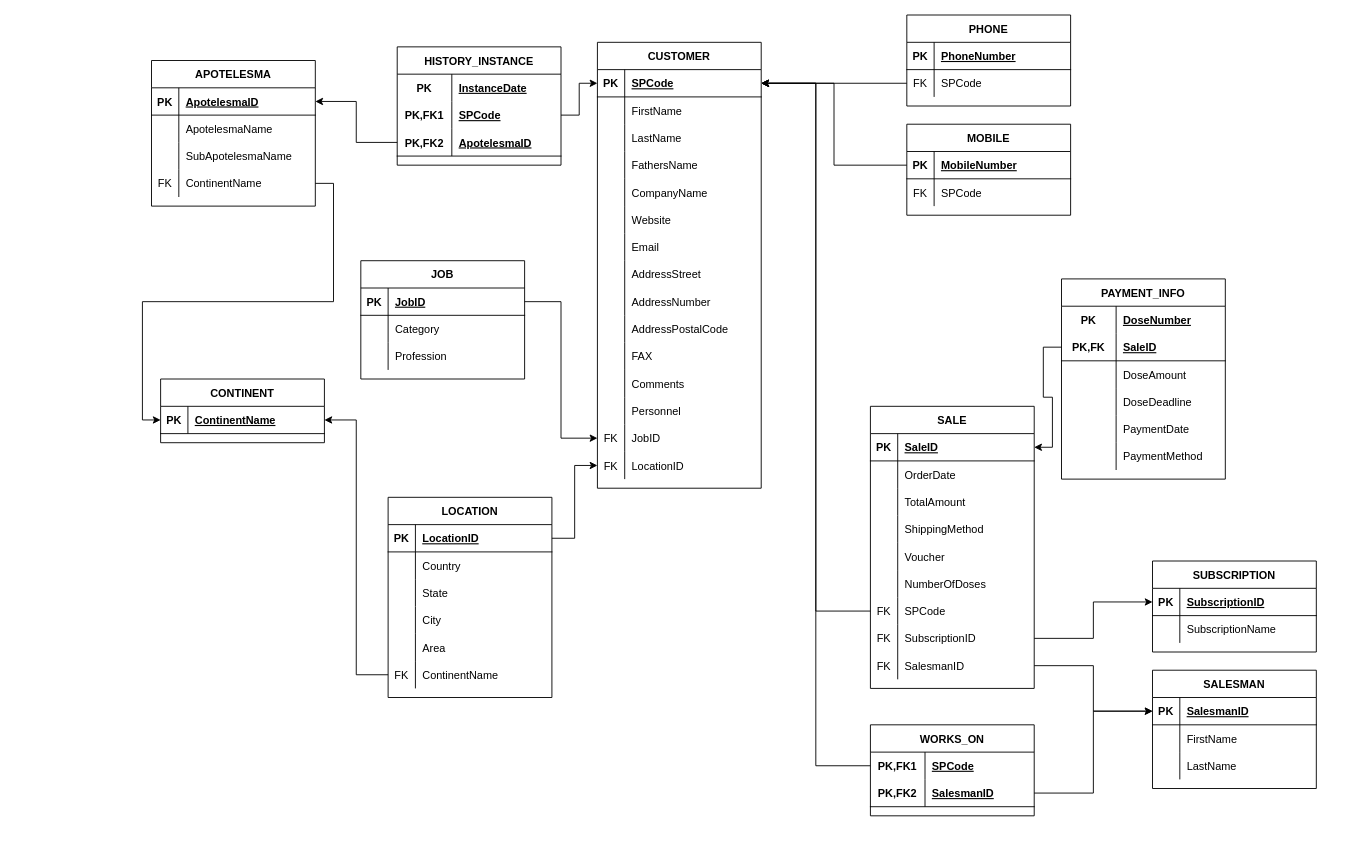
This is page "Σελίδα-2" (2 of 2) of DatabaseFiles/melathronDB.drawio from nickfryganiotis/melathron, a draw.io file, before an edit. Source tidied: cells renumbered, new cells numbered last; positions are measured from the earlier drawing's top-left corner, leaving out a move shared by most shapes. Both pictures are drawn from the tidied source at 91%, with x=0, y=0 at pixel (151, 15).
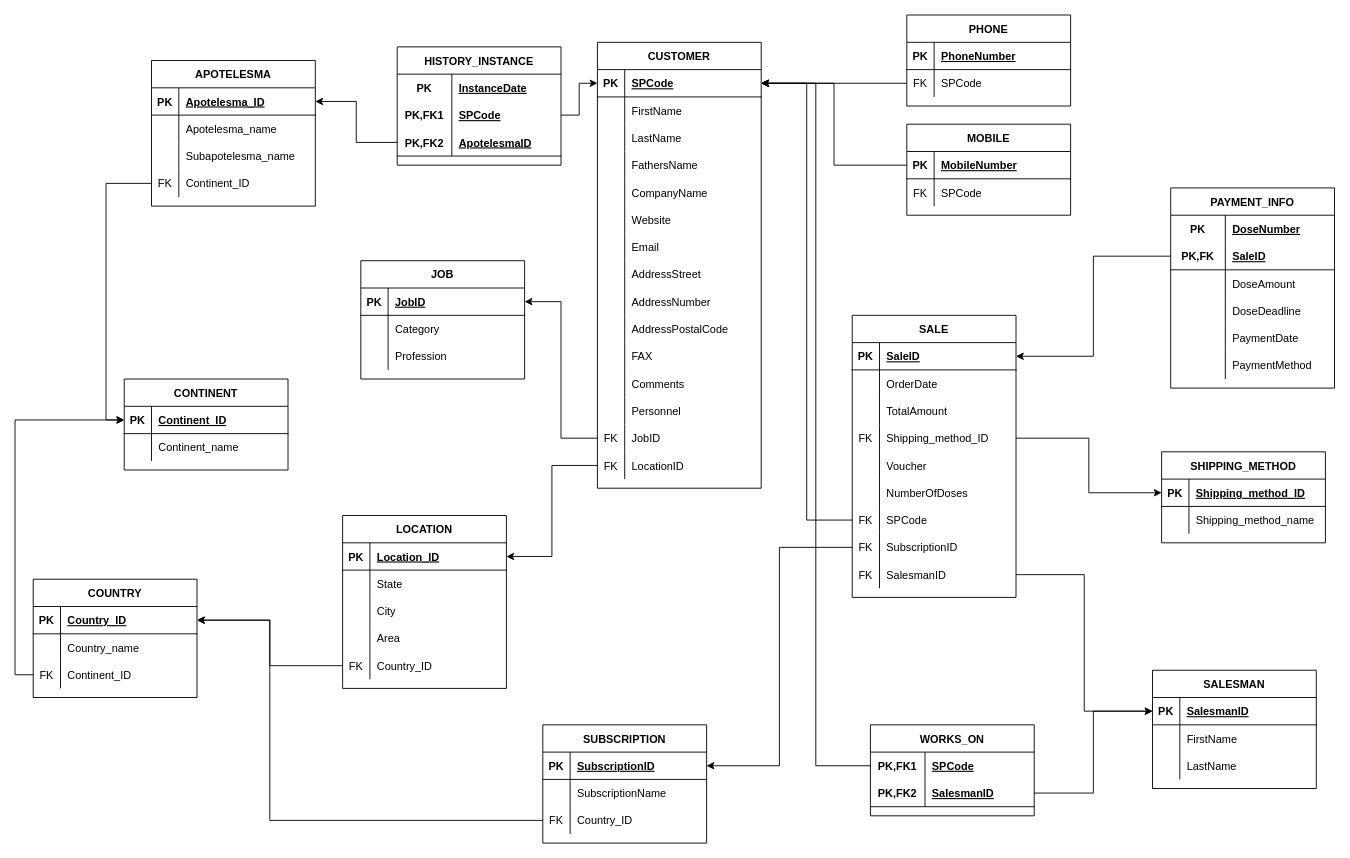
The same page after the edit.

Unchanged cells that the change refers to:
```xml
<mxCell id="42" style="shape=partialRectangle;fillColor=none;top=0;left=0;bottom=0;right=0;points=[[0,0.5],[1,0.5]];portConstraint=eastwest;" parent="2" vertex="1">
  <mxGeometry y="420" width="180" height="30" as="geometry" />
</mxCell>
<mxCell id="45" style="shape=partialRectangle;fillColor=none;top=0;left=0;bottom=0;right=0;points=[[0,0.5],[1,0.5]];portConstraint=eastwest;" parent="2" vertex="1">
  <mxGeometry y="450" width="180" height="30" as="geometry" />
</mxCell>
<mxCell id="75" style="shape=partialRectangle;fillColor=none;top=0;left=0;bottom=0;right=0;points=[[0,0.5],[1,0.5]];portConstraint=eastwest;" parent="65" vertex="1">
  <mxGeometry y="120" width="180" height="30" as="geometry" />
</mxCell>
<mxCell id="142" style="shape=partialRectangle;fillColor=none;top=0;left=0;bottom=1;right=0;points=[[0,0.5],[1,0.5]];portConstraint=eastwest;" parent="141" vertex="1">
  <mxGeometry y="30" width="180" height="30" as="geometry" />
</mxCell>
<mxCell id="145" style="shape=partialRectangle;fillColor=none;top=0;left=0;bottom=0;right=0;" parent="141" vertex="1">
  <mxGeometry y="60" width="180" height="30" as="geometry" />
</mxCell>
<mxCell id="148" style="shape=partialRectangle;fillColor=none;top=0;left=0;bottom=0;right=0;" parent="141" vertex="1">
  <mxGeometry y="90" width="180" height="30" as="geometry" />
</mxCell>
<mxCell id="151" style="shape=partialRectangle;fillColor=none;top=0;left=0;bottom=0;right=0;points=[[0,0.5],[1,0.5]];portConstraint=eastwest;" parent="141" vertex="1">
  <mxGeometry y="120" width="180" height="30" as="geometry" />
</mxCell>
<mxCell id="159" style="shape=partialRectangle;fillColor=none;top=0;left=0;bottom=1;right=0;points=[[0,0.5],[1,0.5]];portConstraint=eastwest;" parent="158" vertex="1">
  <mxGeometry y="30" width="180" height="30" as="geometry" />
</mxCell>
<mxCell id="178" style="shape=partialRectangle;fillColor=none;top=0;left=0;bottom=1;right=0;points=[[0,0.5],[1,0.5]];portConstraint=eastwest;" parent="177" vertex="1">
  <mxGeometry y="30" width="180" height="30" as="geometry" />
</mxCell>
```

What changed in the source:
```diff
@@
     <mxCell id="58" value="SUBSCRIPTION" style="shape=table;startSize=30;childLayout=tableLayout;rowLines=0;fontStyle=1;align=center;" parent="1" vertex="1">
-      <mxGeometry x="1100" y="600" width="180" height="100" as="geometry" />
+      <mxGeometry x="430" y="780" width="180" height="130" as="geometry" />
     </mxCell>
@@
+    <mxCell id="203" style="shape=partialRectangle;fillColor=none;top=0;left=0;bottom=0;right=0;points=[[0,0.5],[1,0.5]];portConstraint=eastwest;" parent="58" vertex="1">
+      <mxGeometry y="90" width="180" height="30" as="geometry" />
+    </mxCell>
+    <mxCell id="204" value="FK" style="shape=partialRectangle;fillColor=none;top=0;left=0;bottom=0;right=0;overflow=hidden;" parent="203" vertex="1">
+      <mxGeometry width="30" height="30" as="geometry" />
+    </mxCell>
+    <mxCell id="205" value="Country_ID" style="shape=partialRectangle;fillColor=none;top=0;left=0;bottom=0;right=0;align=left;spacingLeft=6;overflow=hidden;" parent="203" vertex="1">
+      <mxGeometry x="30" width="150" height="30" as="geometry" />
+    </mxCell>
     <mxCell id="65" value="SALE" style="shape=table;startSize=30;childLayout=tableLayout;rowLines=0;fontStyle=1;align=center;" parent="1" vertex="1">
-      <mxGeometry x="790" y="430" width="180" height="310" as="geometry" />
+      <mxGeometry x="770" y="330" width="180" height="310" as="geometry" />
     </mxCell>
@@
-    <mxCell id="76" style="shape=partialRectangle;fillColor=none;top=0;left=0;bottom=0;right=0;overflow=hidden;" parent="75" vertex="1">
+    <mxCell id="76" value="FK" style="shape=partialRectangle;fillColor=none;top=0;left=0;bottom=0;right=0;overflow=hidden;" parent="75" vertex="1">
       <mxGeometry width="30" height="30" as="geometry" />
     </mxCell>
-    <mxCell id="77" value="ShippingMethod" style="shape=partialRectangle;fillColor=none;top=0;left=0;bottom=0;right=0;align=left;spacingLeft=6;overflow=hidden;" parent="75" vertex="1">
+    <mxCell id="77" value="Shipping_method_ID" style="shape=partialRectangle;fillColor=none;top=0;left=0;bottom=0;right=0;align=left;spacingLeft=6;overflow=hidden;" parent="75" vertex="1">
       <mxGeometry x="30" width="150" height="30" as="geometry" />
     </mxCell>
@@
     <mxCell id="121" value="PAYMENT_INFO" style="shape=table;startSize=30;childLayout=tableLayout;rowLines=0;fontStyle=1;align=center;" parent="1" vertex="1">
-      <mxGeometry x="1000" y="290" width="180" height="220" as="geometry" />
+      <mxGeometry x="1120" y="190" width="180" height="220" as="geometry" />
     </mxCell>
@@
-    <mxCell id="144" value="ApotelesmaID" style="shape=partialRectangle;fillColor=none;top=0;left=0;bottom=0;right=0;align=left;spacingLeft=6;fontStyle=5;overflow=hidden;" parent="142" vertex="1">
+    <mxCell id="144" value="Apotelesma_ID" style="shape=partialRectangle;fillColor=none;top=0;left=0;bottom=0;right=0;align=left;spacingLeft=6;fontStyle=5;overflow=hidden;" parent="142" vertex="1">
       <mxGeometry x="30" width="150" height="30" as="geometry" />
     </mxCell>
@@
-    <mxCell id="147" value="ApotelesmaName" style="shape=partialRectangle;fillColor=none;top=0;left=0;bottom=0;right=0;align=left;spacingLeft=6;overflow=hidden;" parent="145" vertex="1">
+    <mxCell id="147" value="Apotelesma_name" style="shape=partialRectangle;fillColor=none;top=0;left=0;bottom=0;right=0;align=left;spacingLeft=6;overflow=hidden;" parent="145" vertex="1">
       <mxGeometry x="30" width="150" height="30" as="geometry" />
     </mxCell>
@@
-    <mxCell id="150" value="SubApotelesmaName" style="shape=partialRectangle;fillColor=none;top=0;left=0;bottom=0;right=0;align=left;spacingLeft=6;overflow=hidden;" parent="148" vertex="1">
+    <mxCell id="150" value="Subapotelesma_name" style="shape=partialRectangle;fillColor=none;top=0;left=0;bottom=0;right=0;align=left;spacingLeft=6;overflow=hidden;" parent="148" vertex="1">
       <mxGeometry x="30" width="150" height="30" as="geometry" />
     </mxCell>
@@
-    <mxCell id="153" value="ContinentName" style="shape=partialRectangle;fillColor=none;top=0;left=0;bottom=0;right=0;align=left;spacingLeft=6;overflow=hidden;" parent="151" vertex="1">
+    <mxCell id="153" value="Continent_ID" style="shape=partialRectangle;fillColor=none;top=0;left=0;bottom=0;right=0;align=left;spacingLeft=6;overflow=hidden;" parent="151" vertex="1">
       <mxGeometry x="30" width="150" height="30" as="geometry" />
     </mxCell>
-    <mxCell id="154" value="CONTINENT" style="shape=table;startSize=30;childLayout=tableLayout;rowLines=0;fontStyle=1;align=center;" parent="1" vertex="1">
-      <mxGeometry x="10" y="400" width="180" height="70" as="geometry" />
-    </mxCell>
-    <mxCell id="155" style="shape=partialRectangle;fillColor=none;top=0;left=0;bottom=1;right=0;points=[[0,0.5],[1,0.5]];portConstraint=eastwest;" parent="154" vertex="1">
-      <mxGeometry y="30" width="180" height="30" as="geometry" />
-    </mxCell>
-    <mxCell id="156" value="PK" style="shape=partialRectangle;fillColor=none;top=0;left=0;bottom=0;right=0;fontStyle=1;overflow=hidden;" parent="155" vertex="1">
-      <mxGeometry width="30" height="30" as="geometry" />
-    </mxCell>
-    <mxCell id="157" value="ContinentName" style="shape=partialRectangle;fillColor=none;top=0;left=0;bottom=0;right=0;align=left;spacingLeft=6;fontStyle=5;overflow=hidden;" parent="155" vertex="1">
-      <mxGeometry x="30" width="150" height="30" as="geometry" />
-    </mxCell>
     <mxCell id="158" value="LOCATION" style="shape=table;startSize=30;childLayout=tableLayout;rowLines=0;fontStyle=1;align=center;" parent="1" vertex="1">
-      <mxGeometry x="260" y="530" width="180" height="220" as="geometry" />
+      <mxGeometry x="210" y="550" width="180" height="190" as="geometry" />
     </mxCell>
@@
-    <mxCell id="161" value="LocationID" style="shape=partialRectangle;fillColor=none;top=0;left=0;bottom=0;right=0;align=left;spacingLeft=6;fontStyle=5;overflow=hidden;" parent="159" vertex="1">
+    <mxCell id="161" value="Location_ID" style="shape=partialRectangle;fillColor=none;top=0;left=0;bottom=0;right=0;align=left;spacingLeft=6;fontStyle=5;overflow=hidden;" parent="159" vertex="1">
       <mxGeometry x="30" width="150" height="30" as="geometry" />
     </mxCell>
-    <mxCell id="162" style="shape=partialRectangle;fillColor=none;top=0;left=0;bottom=0;right=0;" parent="158" vertex="1">
-      <mxGeometry y="60" width="180" height="30" as="geometry" />
-    </mxCell>
-    <mxCell id="163" style="shape=partialRectangle;fillColor=none;top=0;left=0;bottom=0;right=0;overflow=hidden;" parent="162" vertex="1">
-      <mxGeometry width="30" height="30" as="geometry" />
-    </mxCell>
-    <mxCell id="164" value="Country" style="shape=partialRectangle;fillColor=none;top=0;left=0;bottom=0;right=0;align=left;spacingLeft=6;overflow=hidden;" parent="162" vertex="1">
-      <mxGeometry x="30" width="150" height="30" as="geometry" />
-    </mxCell>
     <mxCell id="165" style="shape=partialRectangle;fillColor=none;top=0;left=0;bottom=0;right=0;" parent="158" vertex="1">
-      <mxGeometry y="90" width="180" height="30" as="geometry" />
+      <mxGeometry y="60" width="180" height="30" as="geometry" />
     </mxCell>
@@
     <mxCell id="168" style="shape=partialRectangle;fillColor=none;top=0;left=0;bottom=0;right=0;" parent="158" vertex="1">
-      <mxGeometry y="120" width="180" height="30" as="geometry" />
+      <mxGeometry y="90" width="180" height="30" as="geometry" />
     </mxCell>
@@
     <mxCell id="171" style="shape=partialRectangle;fillColor=none;top=0;left=0;bottom=0;right=0;" parent="158" vertex="1">
-      <mxGeometry y="150" width="180" height="30" as="geometry" />
+      <mxGeometry y="120" width="180" height="30" as="geometry" />
     </mxCell>
@@
     <mxCell id="174" style="shape=partialRectangle;fillColor=none;top=0;left=0;bottom=0;right=0;points=[[0,0.5],[1,0.5]];portConstraint=eastwest;" parent="158" vertex="1">
-      <mxGeometry y="180" width="180" height="30" as="geometry" />
+      <mxGeometry y="150" width="180" height="30" as="geometry" />
     </mxCell>
@@
-    <mxCell id="176" value="ContinentName" style="shape=partialRectangle;fillColor=none;top=0;left=0;bottom=0;right=0;align=left;spacingLeft=6;overflow=hidden;" parent="174" vertex="1">
+    <mxCell id="176" value="Country_ID" style="shape=partialRectangle;fillColor=none;top=0;left=0;bottom=0;right=0;align=left;spacingLeft=6;overflow=hidden;" parent="174" vertex="1">
       <mxGeometry x="30" width="150" height="30" as="geometry" />
     </mxCell>
@@
-    <mxCell id="187" style="edgeStyle=orthogonalEdgeStyle;rounded=0;jettySize=auto;html=1;" parent="1" edge="1" source="178" target="42">
-      <mxGeometry relative="1" as="geometry" />
-    </mxCell>
-    <mxCell id="188" style="edgeStyle=orthogonalEdgeStyle;rounded=0;jettySize=auto;html=1;" parent="1" edge="1" source="159" target="45">
-      <mxGeometry relative="1" as="geometry" />
-    </mxCell>
@@
-    <mxCell id="201" style="edgeStyle=orthogonalEdgeStyle;rounded=0;jettySize=auto;html=1;" parent="1" edge="1" source="151" target="155">
+    <mxCell id="201" style="edgeStyle=orthogonalEdgeStyle;rounded=0;jettySize=auto;html=1;entryX=0;entryY=0.5;entryDx=0;entryDy=0;" parent="1" edge="1" source="151" target="206">
       <mxGeometry relative="1" as="geometry" />
     </mxCell>
-    <mxCell id="202" style="edgeStyle=orthogonalEdgeStyle;rounded=0;jettySize=auto;html=1;" parent="1" edge="1" source="174" target="155">
+    <mxCell id="202" style="edgeStyle=orthogonalEdgeStyle;rounded=0;jettySize=auto;html=1;" parent="1" edge="1" source="174" target="213">
       <mxGeometry relative="1" as="geometry" />
     </mxCell>
+    <mxCell id="154" value="CONTINENT" style="shape=table;startSize=30;childLayout=tableLayout;rowLines=0;fontStyle=1;align=center;" parent="1" vertex="1">
+      <mxGeometry x="-30" y="400" width="180" height="100" as="geometry" />
+    </mxCell>
+    <mxCell id="206" style="shape=partialRectangle;fillColor=none;top=0;left=0;bottom=1;right=0;points=[[0,0.5],[1,0.5]];portConstraint=eastwest;" parent="154" vertex="1">
+      <mxGeometry y="30" width="180" height="30" as="geometry" />
+    </mxCell>
+    <mxCell id="207" value="PK" style="shape=partialRectangle;fillColor=none;top=0;left=0;bottom=0;right=0;fontStyle=1;overflow=hidden;" parent="206" vertex="1">
+      <mxGeometry width="30" height="30" as="geometry" />
+    </mxCell>
+    <mxCell id="208" value="Continent_ID" style="shape=partialRectangle;fillColor=none;top=0;left=0;bottom=0;right=0;align=left;spacingLeft=6;fontStyle=5;overflow=hidden;" parent="206" vertex="1">
+      <mxGeometry x="30" width="150" height="30" as="geometry" />
+    </mxCell>
+    <mxCell id="209" style="shape=partialRectangle;fillColor=none;top=0;left=0;bottom=0;right=0;" parent="154" vertex="1">
+      <mxGeometry y="60" width="180" height="30" as="geometry" />
+    </mxCell>
+    <mxCell id="210" style="shape=partialRectangle;fillColor=none;top=0;left=0;bottom=0;right=0;overflow=hidden;" parent="209" vertex="1">
+      <mxGeometry width="30" height="30" as="geometry" />
+    </mxCell>
+    <mxCell id="211" value="Continent_name" style="shape=partialRectangle;fillColor=none;top=0;left=0;bottom=0;right=0;align=left;spacingLeft=6;overflow=hidden;" parent="209" vertex="1">
+      <mxGeometry x="30" width="150" height="30" as="geometry" />
+    </mxCell>
+    <mxCell id="212" value="COUNTRY" style="shape=table;startSize=30;childLayout=tableLayout;rowLines=0;fontStyle=1;align=center;" parent="1" vertex="1">
+      <mxGeometry x="-130" y="620" width="180" height="130" as="geometry" />
+    </mxCell>
+    <mxCell id="213" style="shape=partialRectangle;fillColor=none;top=0;left=0;bottom=1;right=0;points=[[0,0.5],[1,0.5]];portConstraint=eastwest;" parent="212" vertex="1">
+      <mxGeometry y="30" width="180" height="30" as="geometry" />
+    </mxCell>
+    <mxCell id="214" value="PK" style="shape=partialRectangle;fillColor=none;top=0;left=0;bottom=0;right=0;fontStyle=1;overflow=hidden;" parent="213" vertex="1">
+      <mxGeometry width="30" height="30" as="geometry" />
+    </mxCell>
+    <mxCell id="215" value="Country_ID" style="shape=partialRectangle;fillColor=none;top=0;left=0;bottom=0;right=0;align=left;spacingLeft=6;fontStyle=5;overflow=hidden;" parent="213" vertex="1">
+      <mxGeometry x="30" width="150" height="30" as="geometry" />
+    </mxCell>
+    <mxCell id="216" style="shape=partialRectangle;fillColor=none;top=0;left=0;bottom=0;right=0;" parent="212" vertex="1">
+      <mxGeometry y="60" width="180" height="30" as="geometry" />
+    </mxCell>
+    <mxCell id="217" style="shape=partialRectangle;fillColor=none;top=0;left=0;bottom=0;right=0;overflow=hidden;" parent="216" vertex="1">
+      <mxGeometry width="30" height="30" as="geometry" />
+    </mxCell>
+    <mxCell id="218" value="Country_name" style="shape=partialRectangle;fillColor=none;top=0;left=0;bottom=0;right=0;align=left;spacingLeft=6;overflow=hidden;" parent="216" vertex="1">
+      <mxGeometry x="30" width="150" height="30" as="geometry" />
+    </mxCell>
+    <mxCell id="219" style="shape=partialRectangle;fillColor=none;top=0;left=0;bottom=0;right=0;points=[[0,0.5],[1,0.5]];portConstraint=eastwest;" parent="212" vertex="1">
+      <mxGeometry y="90" width="180" height="30" as="geometry" />
+    </mxCell>
+    <mxCell id="220" value="FK" style="shape=partialRectangle;fillColor=none;top=0;left=0;bottom=0;right=0;overflow=hidden;" parent="219" vertex="1">
+      <mxGeometry width="30" height="30" as="geometry" />
+    </mxCell>
+    <mxCell id="221" value="Continent_ID" style="shape=partialRectangle;fillColor=none;top=0;left=0;bottom=0;right=0;align=left;spacingLeft=6;overflow=hidden;" parent="219" vertex="1">
+      <mxGeometry x="30" width="150" height="30" as="geometry" />
+    </mxCell>
+    <mxCell id="222" style="edgeStyle=orthogonalEdgeStyle;rounded=0;jettySize=auto;html=1;strokeColor=#000000;exitX=0;exitY=0.5;exitDx=0;exitDy=0;" parent="1" edge="1" source="219" target="206">
+      <mxGeometry relative="1" as="geometry" />
+    </mxCell>
+    <mxCell id="223" style="edgeStyle=orthogonalEdgeStyle;rounded=0;jettySize=auto;html=1;strokeColor=#000000;" parent="1" edge="1" source="203" target="213">
+      <mxGeometry relative="1" as="geometry">
+        <Array as="points">
+          <mxPoint x="130" y="885" />
+          <mxPoint x="130" y="665" />
+        </Array>
+      </mxGeometry>
+    </mxCell>
+    <mxCell id="224" value="SHIPPING_METHOD" style="shape=table;startSize=30;childLayout=tableLayout;rowLines=0;fontStyle=1;align=center;" parent="1" vertex="1">
+      <mxGeometry x="1110" y="480" width="180" height="100" as="geometry" />
+    </mxCell>
+    <mxCell id="225" style="shape=partialRectangle;fillColor=none;top=0;left=0;bottom=1;right=0;points=[[0,0.5],[1,0.5]];portConstraint=eastwest;" parent="224" vertex="1">
+      <mxGeometry y="30" width="180" height="30" as="geometry" />
+    </mxCell>
+    <mxCell id="226" value="PK" style="shape=partialRectangle;fillColor=none;top=0;left=0;bottom=0;right=0;fontStyle=1;overflow=hidden;" parent="225" vertex="1">
+      <mxGeometry width="30" height="30" as="geometry" />
+    </mxCell>
+    <mxCell id="227" value="Shipping_method_ID" style="shape=partialRectangle;fillColor=none;top=0;left=0;bottom=0;right=0;align=left;spacingLeft=6;fontStyle=5;overflow=hidden;" parent="225" vertex="1">
+      <mxGeometry x="30" width="150" height="30" as="geometry" />
+    </mxCell>
+    <mxCell id="228" style="shape=partialRectangle;fillColor=none;top=0;left=0;bottom=0;right=0;" parent="224" vertex="1">
+      <mxGeometry y="60" width="180" height="30" as="geometry" />
+    </mxCell>
+    <mxCell id="229" style="shape=partialRectangle;fillColor=none;top=0;left=0;bottom=0;right=0;overflow=hidden;" parent="228" vertex="1">
+      <mxGeometry width="30" height="30" as="geometry" />
+    </mxCell>
+    <mxCell id="230" value="Shipping_method_name" style="shape=partialRectangle;fillColor=none;top=0;left=0;bottom=0;right=0;align=left;spacingLeft=6;overflow=hidden;" parent="228" vertex="1">
+      <mxGeometry x="30" width="150" height="30" as="geometry" />
+    </mxCell>
+    <mxCell id="231" style="edgeStyle=orthogonalEdgeStyle;rounded=0;jettySize=auto;html=1;strokeColor=#000000;" parent="1" edge="1" source="75" target="225">
+      <mxGeometry relative="1" as="geometry" />
+    </mxCell>
+    <mxCell id="232" style="edgeStyle=orthogonalEdgeStyle;rounded=0;jettySize=auto;html=1;strokeColor=#000000;" parent="1" edge="1" source="42" target="178">
+      <mxGeometry relative="1" as="geometry" />
+    </mxCell>
+    <mxCell id="233" style="edgeStyle=orthogonalEdgeStyle;rounded=0;jettySize=auto;html=1;strokeColor=#000000;" parent="1" edge="1" source="45" target="159">
+      <mxGeometry relative="1" as="geometry" />
+    </mxCell>
```
